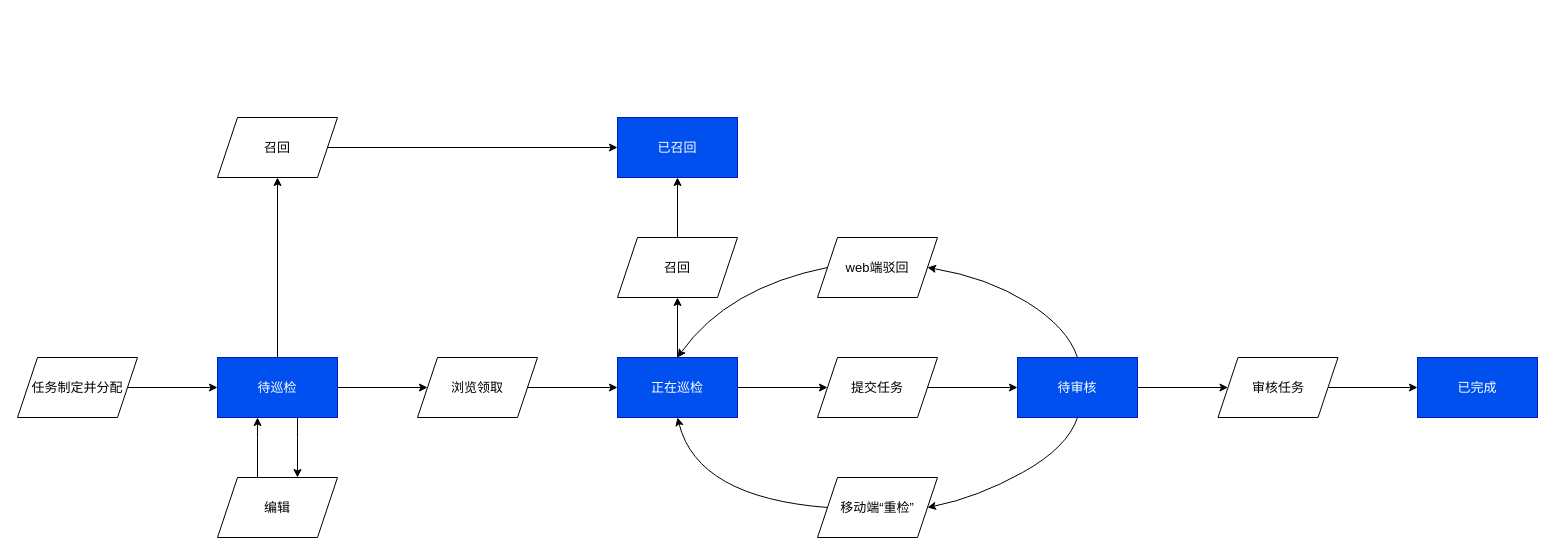
Before: Untitled Diagram.drawio in dtfjn156/flowChat, a draw.io diagram. Source tidied: cells renumbered, new cells numbered last; positions are measured from the earlier drawing's top-left corner, leaving out a move shared by most shapes. Both pictures are drawn from the tidied source at 100%, with x=0, y=0 at pixel (17, 117).
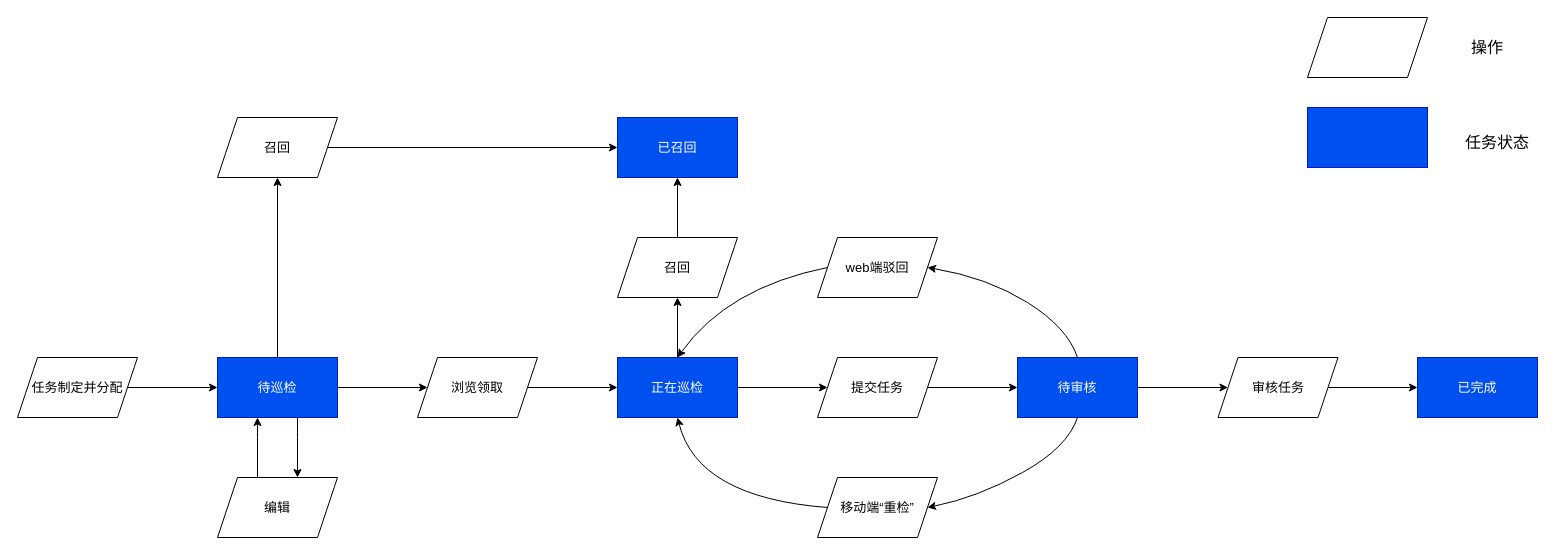
The same diagram, later.

Diff of the diagram source:
```diff
@@
+    <mxCell id="34" style="shape=parallelogram;perimeter=parallelogramPerimeter;whiteSpace=wrap;html=1;fixedSize=1;fontSize=13;" parent="1" vertex="1">
+      <mxGeometry x="1290" y="-100" width="120" height="60" as="geometry" />
+    </mxCell>
+    <mxCell id="35" style="rounded=0;whiteSpace=wrap;html=1;fontSize=13;fillColor=#0050ef;fontColor=#ffffff;strokeColor=#001DBC;" parent="1" vertex="1">
+      <mxGeometry x="1290" y="-10" width="120" height="60" as="geometry" />
+    </mxCell>
+    <mxCell id="36" value="&lt;font style=&quot;font-size: 16px;&quot;&gt;操作&lt;/font&gt;" style="text;html=1;strokeColor=none;fillColor=none;align=center;verticalAlign=middle;whiteSpace=wrap;rounded=0;fontSize=13;" parent="1" vertex="1">
+      <mxGeometry x="1440" y="-85" width="60" height="30" as="geometry" />
+    </mxCell>
+    <mxCell id="37" value="&lt;font style=&quot;font-size: 16px;&quot;&gt;任务状态&lt;/font&gt;" style="text;html=1;strokeColor=none;fillColor=none;align=center;verticalAlign=middle;whiteSpace=wrap;rounded=0;fontSize=13;" parent="1" vertex="1">
+      <mxGeometry x="1440" y="10" width="80" height="30" as="geometry" />
+    </mxCell>
```
